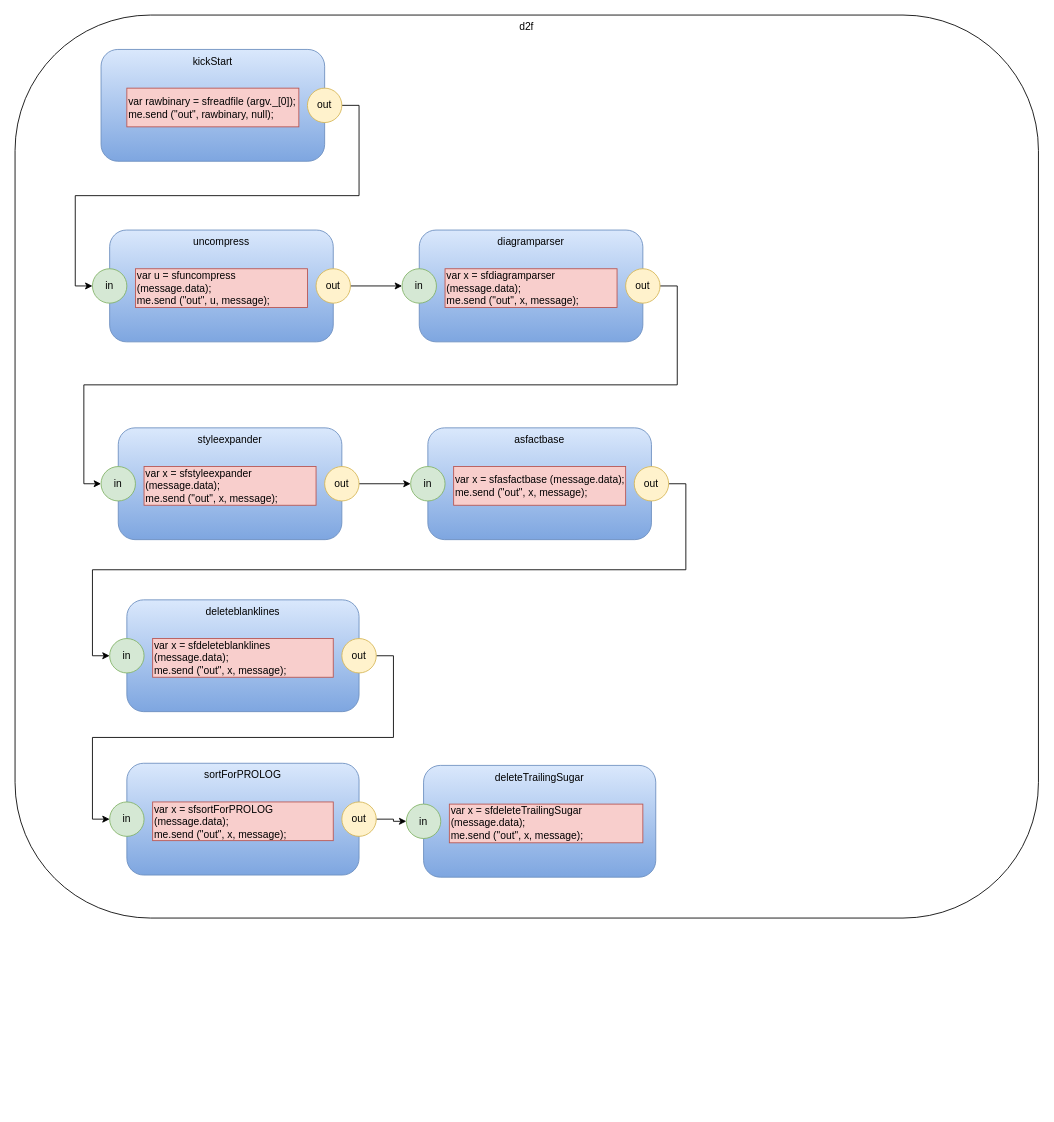
guitarvydas/d2json keeps this draw.io diagram as d2f.drawio. Above is the earlier version. Source tidied: cells renumbered, new cells numbered last; positions are measured from the earlier drawing's top-left corner, leaving out a move shared by most shapes. Both pictures are drawn from the tidied source at 86%, with x=0, y=0 at pixel (15, 15).
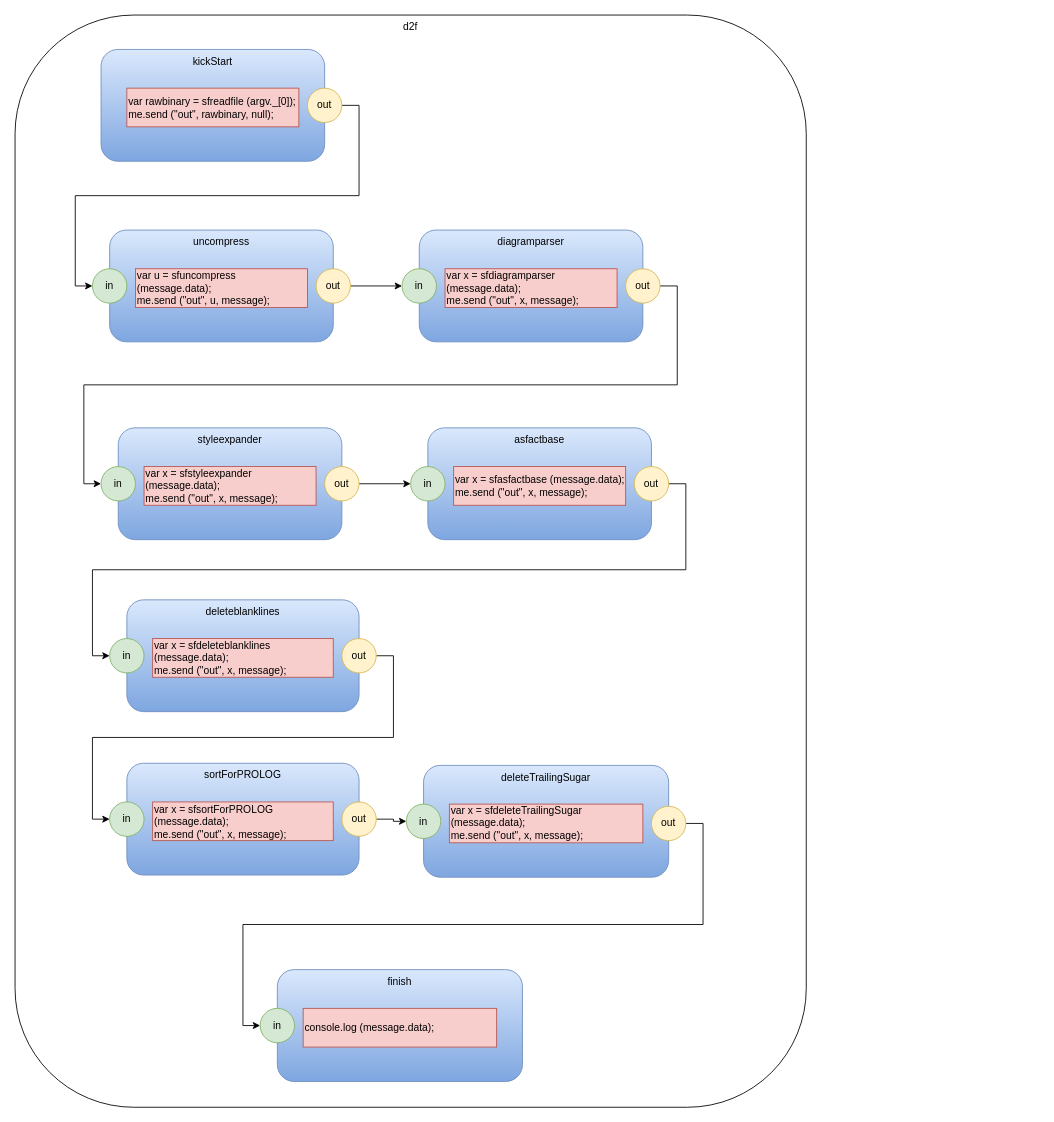
The same page after the edit.

Commit message (it also covers changes not shown here):
finish outputs result string

Change to the diagram source:
```diff
@@
     <mxCell id="2" value="d2f" style="rounded=1;whiteSpace=wrap;html=1;verticalAlign=top;" parent="1" vertex="1">
-      <mxGeometry width="1190" height="1050" as="geometry" />
+      <mxGeometry width="920" height="1270" as="geometry" />
     </mxCell>
@@
     <mxCell id="33" value="deleteTrailingSugar" style="rounded=1;whiteSpace=wrap;html=1;gradientColor=#7ea6e0;fillColor=#dae8fc;strokeColor=#6c8ebf;verticalAlign=top;" parent="1" vertex="1">
-      <mxGeometry x="475" y="872.5" width="270" height="130" as="geometry" />
+      <mxGeometry x="475" y="872.5" width="285" height="130" as="geometry" />
     </mxCell>
@@
+    <mxCell id="40" style="edgeStyle=orthogonalEdgeStyle;rounded=0;jettySize=auto;html=1;exitX=1;exitY=0.5;exitDx=0;exitDy=0;entryX=0;entryY=0.5;entryDx=0;entryDy=0;" parent="1" edge="1" source="41" target="44">
+      <mxGeometry relative="1" as="geometry" />
+    </mxCell>
+    <mxCell id="41" value="out" style="ellipse;whiteSpace=wrap;html=1;fillColor=#fff2cc;strokeColor=#d6b656;" parent="1" vertex="1">
+      <mxGeometry x="740" y="920" width="40" height="40" as="geometry" />
+    </mxCell>
+    <mxCell id="42" value="finish" style="rounded=1;whiteSpace=wrap;html=1;gradientColor=#7ea6e0;fillColor=#dae8fc;strokeColor=#6c8ebf;verticalAlign=top;" parent="1" vertex="1">
+      <mxGeometry x="305" y="1110" width="285" height="130" as="geometry" />
+    </mxCell>
+    <mxCell id="43" value="console.log (message.data);&lt;br&gt;&lt;div&gt;&lt;/div&gt;" style="rounded=0;whiteSpace=wrap;html=1;fillColor=#f8cecc;strokeColor=#b85450;align=left;" parent="1" vertex="1">
+      <mxGeometry x="335" y="1155" width="225" height="45" as="geometry" />
+    </mxCell>
+    <mxCell id="44" value="in" style="ellipse;whiteSpace=wrap;html=1;fillColor=#d5e8d4;strokeColor=#82b366;" parent="1" vertex="1">
+      <mxGeometry x="285" y="1155" width="40" height="40" as="geometry" />
+    </mxCell>
```
